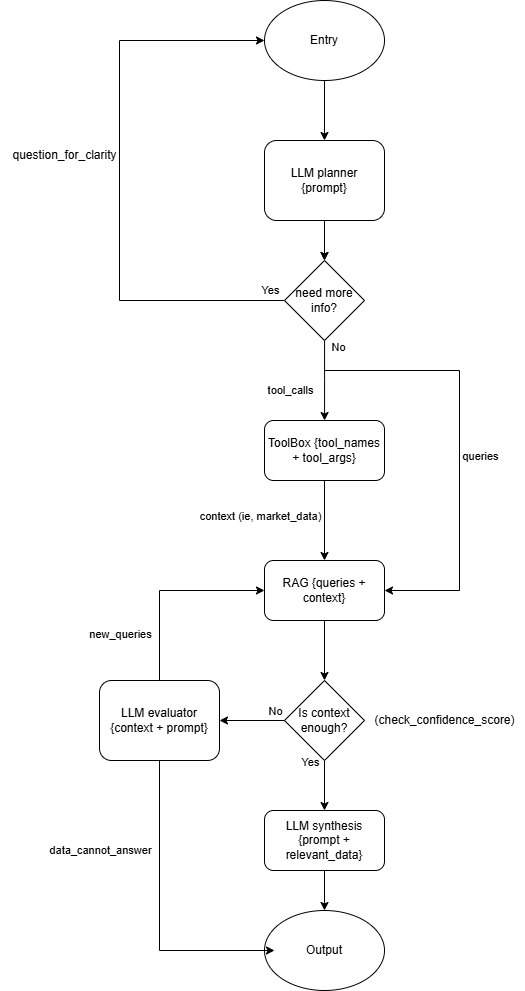
Above: docs/fin_breaker.png in into-the-night/fin-breaker (draw.io), before the change. Source tidied: cells renumbered, new cells last; positions are measured from the earlier drawing's top-left corner, leaving out a move shared by most shapes.
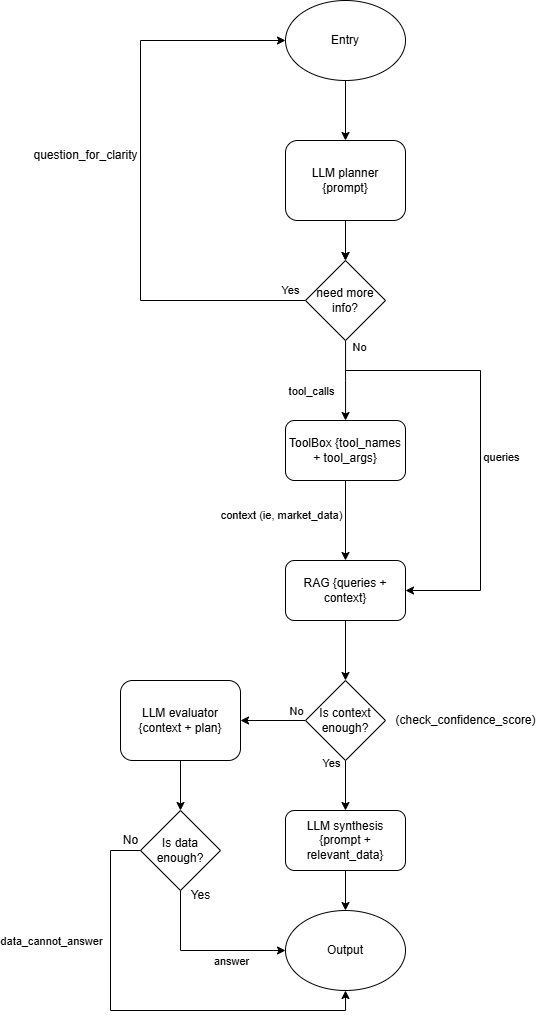
The same file after the commit.

The edit, as a diff of the source:
```diff
@@ -107,28 +107,10 @@
     <mxCell id="26" value="(check_confidence_score)" style="text;html=1;align=center;verticalAlign=middle;strokeColor=none;fillColor=none;" parent="1" vertex="1">
       <mxGeometry x="365" y="705" width="160" height="30" as="geometry" />
     </mxCell>
-    <mxCell id="27" style="edgeStyle=orthogonalEdgeStyle;rounded=0;jettySize=auto;html=1;exitX=0.5;exitY=0;exitDx=0;exitDy=0;entryX=0;entryY=0.5;entryDx=0;entryDy=0;" parent="1" edge="1" source="31" target="9">
-      <mxGeometry relative="1" as="geometry" />
-    </mxCell>
-    <mxCell id="28" value="new_queries" style="edgeLabel;html=1;align=center;verticalAlign=middle;" parent="27" vertex="1">
-      <mxGeometry x="-0.32" relative="1" as="geometry">
-        <mxPoint x="-40" y="19" as="offset" />
-      </mxGeometry>
-    </mxCell>
-    <mxCell id="29" style="edgeStyle=orthogonalEdgeStyle;rounded=0;jettySize=auto;html=1;entryX=0;entryY=0.5;entryDx=0;entryDy=0;exitX=0.5;exitY=1;exitDx=0;exitDy=0;" parent="1" edge="1" source="31">
-      <mxGeometry relative="1" as="geometry">
-        <mxPoint x="275" y="950" as="targetPoint" />
-        <Array as="points">
-          <mxPoint x="160" y="950" />
-        </Array>
-      </mxGeometry>
-    </mxCell>
-    <mxCell id="30" value="data_cannot_answer" style="edgeLabel;html=1;align=center;verticalAlign=middle;" parent="29" vertex="1">
-      <mxGeometry x="-0.31" relative="1" as="geometry">
-        <mxPoint x="-60" y="-15" as="offset" />
-      </mxGeometry>
-    </mxCell>
+    <mxCell id="35" style="edgeStyle=orthogonalEdgeStyle;rounded=0;jettySize=auto;html=1;" parent="1" edge="1" source="31" target="39">
+      <mxGeometry relative="1" as="geometry" />
+    </mxCell>
-    <mxCell id="31" value="LLM evaluator&lt;div&gt;{context + prompt}&lt;/div&gt;" style="rounded=1;whiteSpace=wrap;html=1;" parent="1" vertex="1">
+    <mxCell id="31" value="LLM evaluator&lt;div&gt;{context + plan}&lt;/div&gt;" style="rounded=1;whiteSpace=wrap;html=1;" parent="1" vertex="1">
       <mxGeometry x="100" y="680" width="120" height="80" as="geometry" />
     </mxCell>
     <mxCell id="32" style="edgeStyle=orthogonalEdgeStyle;rounded=0;jettySize=auto;html=1;" parent="1" edge="1" source="33" target="4">
@@ -140,5 +122,40 @@
     <mxCell id="34" value="question_for_clarity" style="text;html=1;align=center;verticalAlign=middle;strokeColor=none;fillColor=none;" parent="1" vertex="1">
       <mxGeometry y="140" width="130" height="30" as="geometry" />
     </mxCell>
+    <mxCell id="36" style="edgeStyle=orthogonalEdgeStyle;rounded=0;jettySize=auto;html=1;entryX=0;entryY=0.5;entryDx=0;entryDy=0;" parent="1" edge="1" source="39" target="12">
+      <mxGeometry relative="1" as="geometry">
+        <Array as="points">
+          <mxPoint x="160" y="950" />
+        </Array>
+      </mxGeometry>
+    </mxCell>
+    <mxCell id="37" value="answer" style="edgeLabel;html=1;align=center;verticalAlign=middle;" parent="36" vertex="1">
+      <mxGeometry x="0.41" y="1" relative="1" as="geometry">
+        <mxPoint x="-6" y="11" as="offset" />
+      </mxGeometry>
+    </mxCell>
+    <mxCell id="38" style="edgeStyle=orthogonalEdgeStyle;rounded=0;jettySize=auto;html=1;entryX=0.5;entryY=1;entryDx=0;entryDy=0;" parent="1" edge="1" source="39" target="12">
+      <mxGeometry relative="1" as="geometry">
+        <Array as="points">
+          <mxPoint x="90" y="850" />
+          <mxPoint x="90" y="1010" />
+          <mxPoint x="325" y="1010" />
+        </Array>
+      </mxGeometry>
+    </mxCell>
+    <mxCell id="30" value="data_cannot_answer" style="edgeLabel;html=1;align=center;verticalAlign=middle;" parent="38" vertex="1">
+      <mxGeometry x="-0.34" y="-1" relative="1" as="geometry">
+        <mxPoint x="-59" y="-27" as="offset" />
+      </mxGeometry>
+    </mxCell>
+    <mxCell id="39" value="Is data enough?" style="rhombus;whiteSpace=wrap;html=1;" parent="1" vertex="1">
+      <mxGeometry x="120" y="810" width="80" height="80" as="geometry" />
+    </mxCell>
+    <mxCell id="40" value="Yes" style="text;html=1;align=center;verticalAlign=middle;strokeColor=none;fillColor=none;" parent="1" vertex="1">
+      <mxGeometry x="160" y="880" width="40" height="30" as="geometry" />
+    </mxCell>
+    <mxCell id="41" value="No" style="text;html=1;align=center;verticalAlign=middle;strokeColor=none;fillColor=none;" parent="1" vertex="1">
+      <mxGeometry x="90" y="825" width="40" height="30" as="geometry" />
+    </mxCell>
   </root>
 </mxGraphModel>
```
